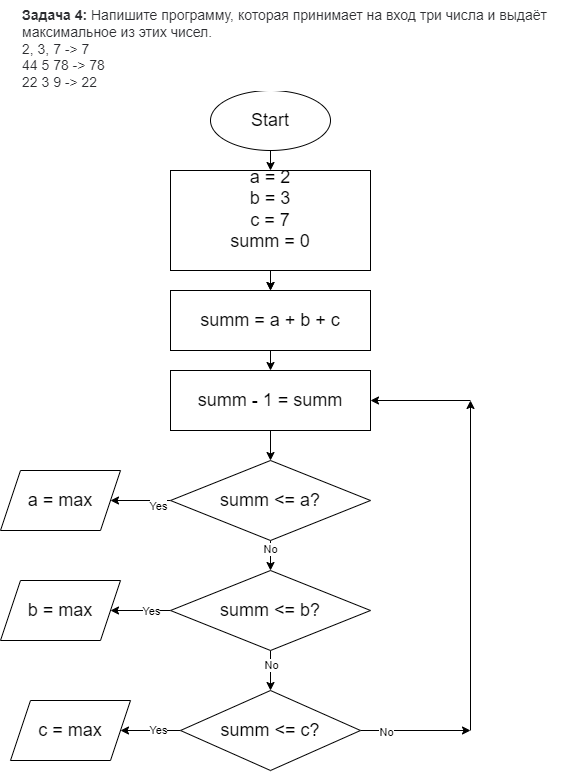
NeoAdd/TestRepo13072022 keeps this draw.io diagram as HomeWork01/Ex02/Ex02.drawio.png. Above is the earlier version. Source tidied: cells renumbered, new cells last; positions are measured from the earlier drawing's top-left corner, leaving out a move shared by most shapes.
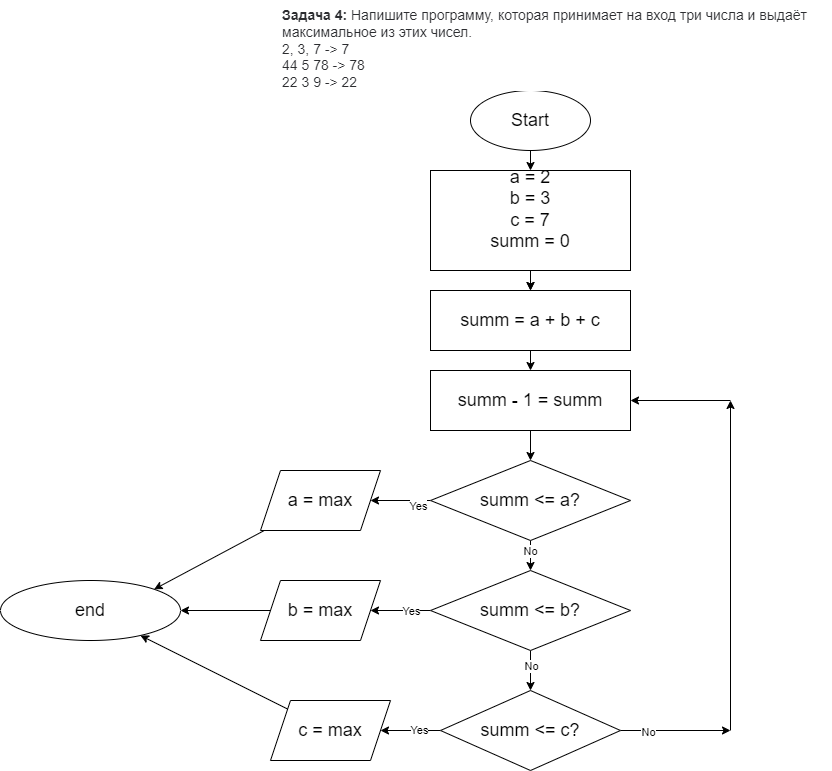
After the commit.

Change to the diagram source:
```diff
@@ -54,6 +54,9 @@
     <mxCell id="16" value="&lt;span style=&quot;font-size: 18px&quot;&gt;summ - 1 = summ&lt;/span&gt;" style="rounded=0;whiteSpace=wrap;html=1;" parent="1" vertex="1">
       <mxGeometry x="170" y="370" width="200" height="60" as="geometry" />
     </mxCell>
+    <mxCell id="32" style="edgeStyle=none;html=1;entryX=1;entryY=0;entryDx=0;entryDy=0;" parent="1" edge="1" source="17" target="35">
+      <mxGeometry relative="1" as="geometry" />
+    </mxCell>
     <mxCell id="17" value="a = max" style="shape=parallelogram;perimeter=parallelogramPerimeter;whiteSpace=wrap;html=1;fixedSize=1;fontSize=18;" parent="1" vertex="1">
       <mxGeometry y="470" width="120" height="60" as="geometry" />
     </mxCell>
@@ -89,9 +92,15 @@
     <mxCell id="27" value="&lt;span&gt;summ &amp;lt;= c?&lt;/span&gt;" style="rhombus;whiteSpace=wrap;html=1;fontSize=18;" parent="1" vertex="1">
       <mxGeometry x="180" y="690" width="180" height="80" as="geometry" />
     </mxCell>
+    <mxCell id="33" style="edgeStyle=none;html=1;entryX=1;entryY=0.5;entryDx=0;entryDy=0;" parent="1" edge="1" source="28" target="35">
+      <mxGeometry relative="1" as="geometry" />
+    </mxCell>
     <mxCell id="28" value="&lt;span&gt;b = max&lt;/span&gt;" style="shape=parallelogram;perimeter=parallelogramPerimeter;whiteSpace=wrap;html=1;fixedSize=1;fontSize=18;" parent="1" vertex="1">
       <mxGeometry y="580" width="120" height="60" as="geometry" />
     </mxCell>
+    <mxCell id="34" style="edgeStyle=none;html=1;" parent="1" edge="1" source="29" target="35">
+      <mxGeometry relative="1" as="geometry" />
+    </mxCell>
     <mxCell id="29" value="&lt;span&gt;c = max&lt;/span&gt;" style="shape=parallelogram;perimeter=parallelogramPerimeter;whiteSpace=wrap;html=1;fixedSize=1;fontSize=18;" parent="1" vertex="1">
       <mxGeometry x="10" y="700" width="120" height="60" as="geometry" />
     </mxCell>
@@ -106,5 +115,8 @@
         <mxPoint x="470" y="400" as="sourcePoint" />
       </mxGeometry>
     </mxCell>
+    <mxCell id="35" value="end" style="ellipse;whiteSpace=wrap;html=1;fontSize=18;" parent="1" vertex="1">
+      <mxGeometry x="-260" y="580" width="180" height="60" as="geometry" />
+    </mxCell>
   </root>
 </mxGraphModel>
```
